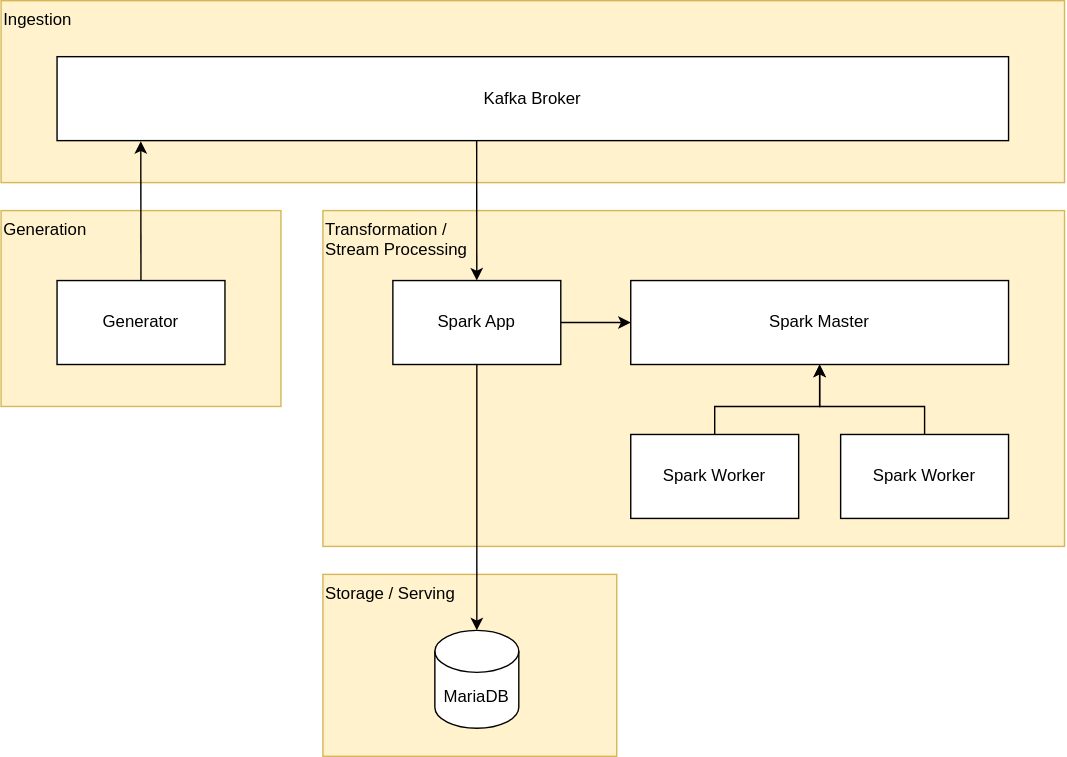
Above: img/architecture.drawio.svg in jkaniaros/jetstream (draw.io), before the change. Source tidied: cells renumbered, new cells last; positions are measured from the earlier drawing's top-left corner, leaving out a move shared by most shapes.
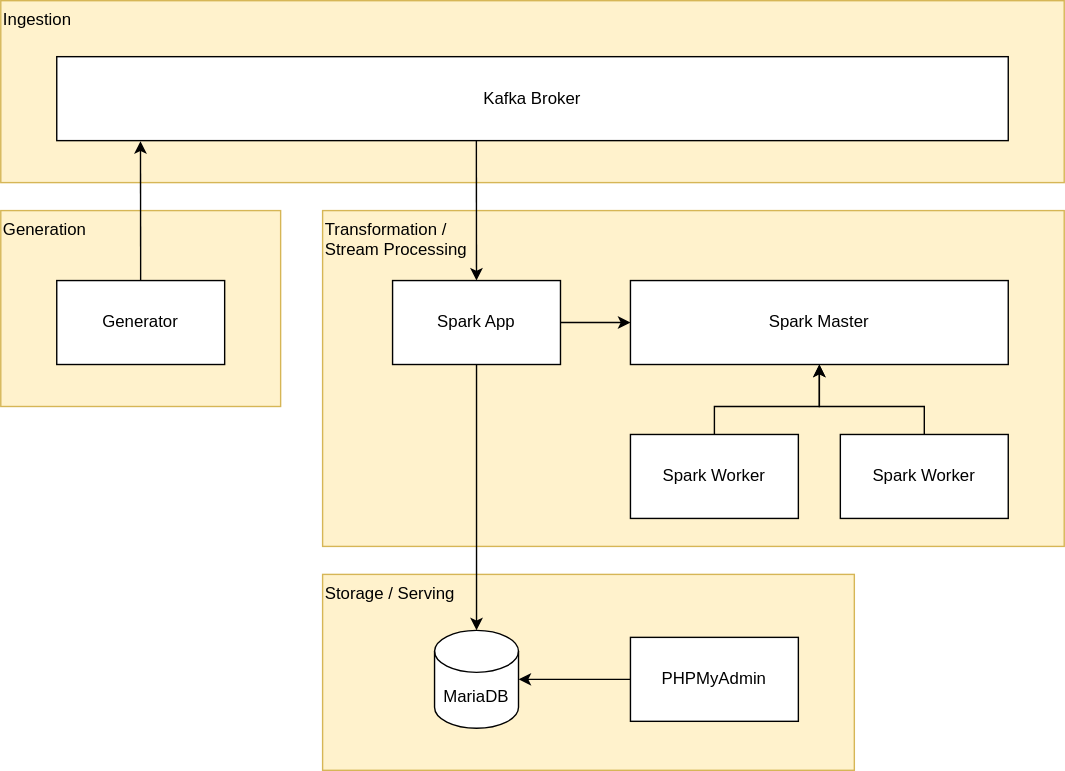
The same file after the commit.

What changed in the source:
```diff
@@ -3,7 +3,7 @@
     <mxCell id="0" />
     <mxCell id="1" parent="0" />
     <mxCell id="2" value="Storage / Serving" style="rounded=0;whiteSpace=wrap;html=1;fillColor=#fff2cc;strokeColor=#d6b656;align=left;verticalAlign=top;" parent="1" vertex="1">
-      <mxGeometry x="230" y="410" width="210" height="130" as="geometry" />
+      <mxGeometry x="230" y="410" width="380" height="140" as="geometry" />
     </mxCell>
     <mxCell id="3" value="Transformation / &lt;br&gt;Stream Processing" style="rounded=0;whiteSpace=wrap;html=1;fillColor=#fff2cc;strokeColor=#d6b656;align=left;verticalAlign=top;" parent="1" vertex="1">
       <mxGeometry x="230" y="150" width="530" height="240" as="geometry" />
@@ -63,5 +63,11 @@
     <mxCell id="18" value="MariaDB" style="shape=cylinder3;whiteSpace=wrap;html=1;boundedLbl=1;backgroundOutline=1;size=15;" parent="1" vertex="1">
       <mxGeometry x="310" y="450" width="60" height="70" as="geometry" />
     </mxCell>
+    <mxCell id="19" style="edgeStyle=none;html=1;entryX=1;entryY=0.5;entryDx=0;entryDy=0;entryPerimeter=0;" parent="1" edge="1" source="20" target="18">
+      <mxGeometry relative="1" as="geometry" />
+    </mxCell>
+    <mxCell id="20" value="PHPMyAdmin" style="rounded=0;whiteSpace=wrap;html=1;" parent="1" vertex="1">
+      <mxGeometry x="450" y="455" width="120" height="60" as="geometry" />
+    </mxCell>
   </root>
 </mxGraphModel>
```
